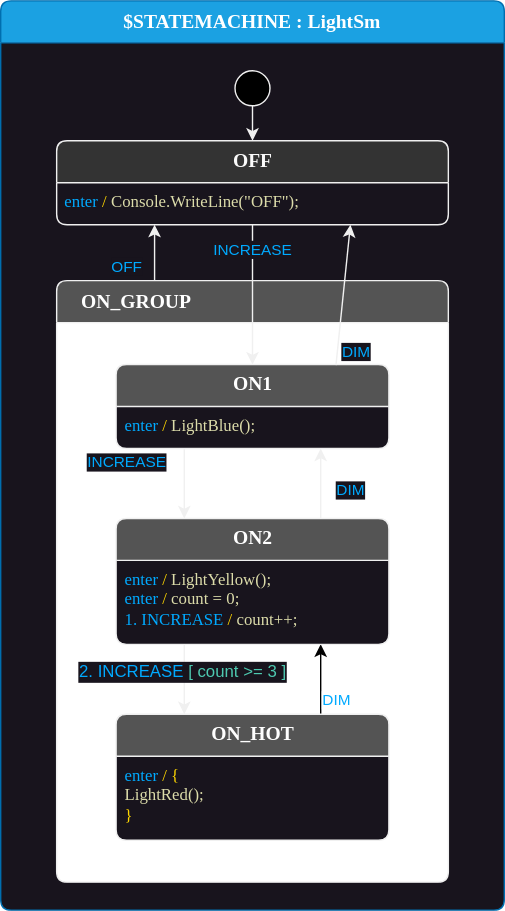
This is lesson-5/c#/LightSm.drawio.svg from StateSmith/tutorial-2, a draw.io export, as it was before one commit. Source tidied: cells renumbered, new cells last; positions are measured from the earlier drawing's top-left corner, leaving out a move shared by most shapes.
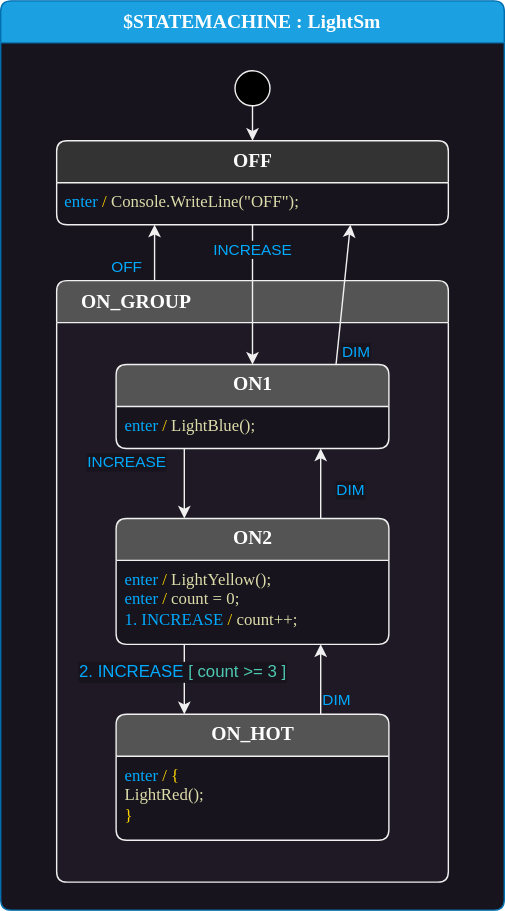
Later version of the same file.

Commit message:
light/dark theme fixes

Change to the diagram source:
```diff
@@ -5,7 +5,7 @@
     <mxCell id="2" value="$STATEMACHINE : LightSm" style="shape=swimlane;align=center;verticalAlign=top;fontFamily=Lucida Console;startSize=30;fontSize=14;fontStyle=1;swimlaneFillColor=#18141d;rounded=1;arcSize=15;absoluteArcSize=1;fillColor=#1ba1e2;fontColor=#ffffff;strokeColor=#006EAF;" parent="1" vertex="1">
       <mxGeometry width="360" height="650" as="geometry" />
     </mxCell>
-    <mxCell id="3" value="ON_GROUP " style="shape=swimlane;align=left;verticalAlign=top;fontFamily=Lucida Console;startSize=30;fontSize=14;fontStyle=1;fontColor=#ffffff;fillColor=#545454;swimlaneFillColor=default;rounded=1;arcSize=15;absoluteArcSize=1;strokeColor=#F0F0F0;spacingLeft=16;" parent="2" vertex="1">
+    <mxCell id="3" value="ON_GROUP " style="shape=swimlane;align=left;verticalAlign=top;fontFamily=Lucida Console;startSize=30;fontSize=14;fontStyle=1;fontColor=#ffffff;fillColor=#545454;swimlaneFillColor=#1E1924;rounded=1;arcSize=15;absoluteArcSize=1;strokeColor=#F0F0F0;spacingLeft=16;" parent="2" vertex="1">
       <mxGeometry x="40" y="200" width="280" height="430" as="geometry" />
     </mxCell>
     <mxCell id="4" value=" " style="fontFamily=Lucida Console;align=left;verticalAlign=top;fillColor=none;gradientColor=none;strokeColor=none;rounded=0;spacingLeft=4;" parent="3" vertex="1">
@@ -17,7 +17,7 @@
     <mxCell id="6" value="&lt;font&gt;INCREASE&lt;/font&gt;" style="edgeStyle=none;html=1;entryX=0.25;entryY=0;entryDx=0;entryDy=0;fontColor=#00AAFF;strokeColor=#F0F0F0;labelBackgroundColor=#18141D;exitX=0.25;exitY=1;exitDx=0;exitDy=0;" parent="3" edge="1" source="13" target="11">
       <mxGeometry x="-0.6" y="-41" relative="1" as="geometry" />
     </mxCell>
-    <mxCell id="7" value="DIM" style="edgeStyle=orthogonalEdgeStyle;html=1;exitX=0.75;exitY=0;exitDx=0;exitDy=0;entryX=0.75;entryY=1;entryDx=0;entryDy=0;fontColor=#00AAFF;" parent="3" edge="1" source="8" target="11">
+    <mxCell id="7" value="DIM" style="edgeStyle=orthogonalEdgeStyle;html=1;exitX=0.75;exitY=0;exitDx=0;exitDy=0;entryX=0.75;entryY=1;entryDx=0;entryDy=0;fontColor=#00AAFF;labelBackgroundColor=none;strokeColor=#F0F0F0;" parent="3" edge="1" source="8" target="11">
       <mxGeometry x="-0.6" y="-11" relative="1" as="geometry" />
     </mxCell>
     <mxCell id="8" value="ON_HOT" style="shape=swimlane;align=center;verticalAlign=top;fontFamily=Lucida Console;startSize=30;fontSize=14;fontStyle=1;swimlaneFillColor=#18141d;html=1;rounded=1;arcSize=15;absoluteArcSize=1;fillColor=#545454;fontColor=#ffffff;strokeColor=#F0F0F0;" parent="3" vertex="1">
```
